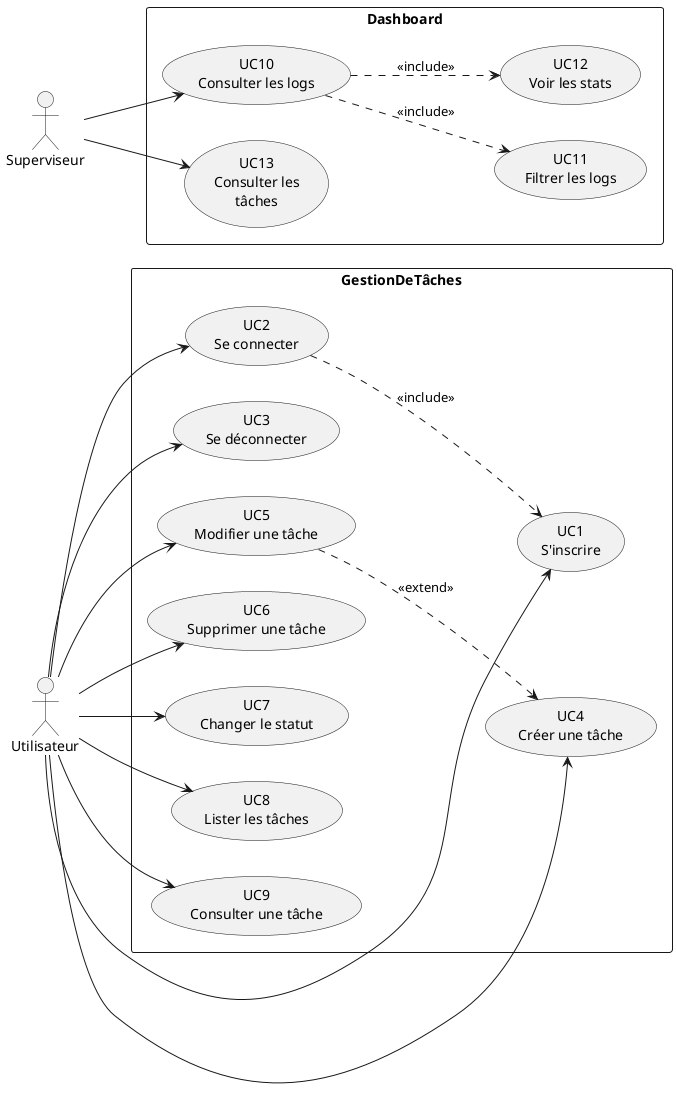
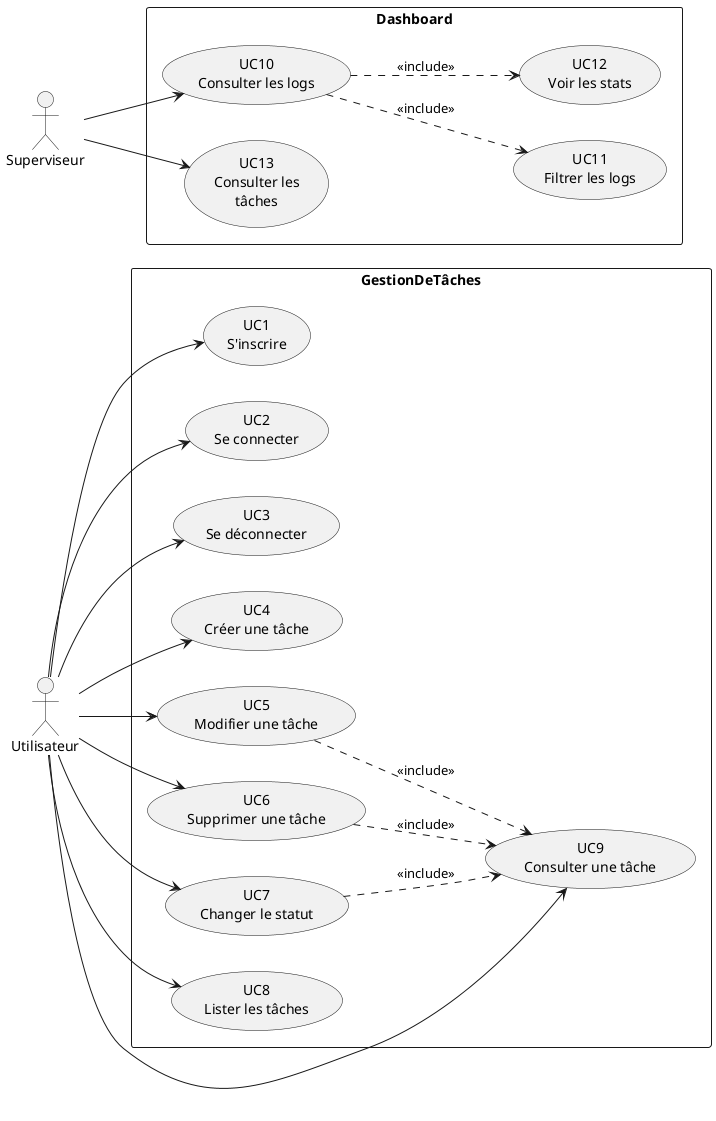
@startuml
left to right direction
actor Utilisateur as U
actor Superviseur as S

rectangle "GestionDeTâches" {
  usecase "UC1\nS'inscrire" as UC1
  usecase "UC2\nSe connecter" as UC2
  usecase "UC3\nSe déconnecter" as UC3
  usecase "UC4\nCréer une tâche" as UC4
  usecase "UC5\nModifier une tâche" as UC5
  usecase "UC6\nSupprimer une tâche" as UC6
  usecase "UC7\nChanger le statut" as UC7
  usecase "UC8\nLister les tâches" as UC8
  usecase "UC9\nConsulter une tâche" as UC9
}

rectangle "Dashboard" {
  usecase "UC10\nConsulter les logs" as UC10
  usecase "UC11\nFiltrer les logs" as UC11
  usecase "UC12\nVoir les stats" as UC12
  usecase "UC13\nConsulter les\ntâches" as UC13
}

U --> UC1
U --> UC2
U --> UC3
U --> UC4
U --> UC5
U --> UC6
U --> UC7
U --> UC8
U --> UC9

- UC2 ..> UC1 : <<include>>
- UC5 ..> UC4 : <<extend>>
+ UC5 ..> UC9 : <<include>>
+ UC6 ..> UC9 : <<include>>
+ UC7 ..> UC9 : <<include>>

S --> UC10
S --> UC13
UC10 ..> UC11 : <<include>>
UC10 ..> UC12 : <<include>>
@enduml
